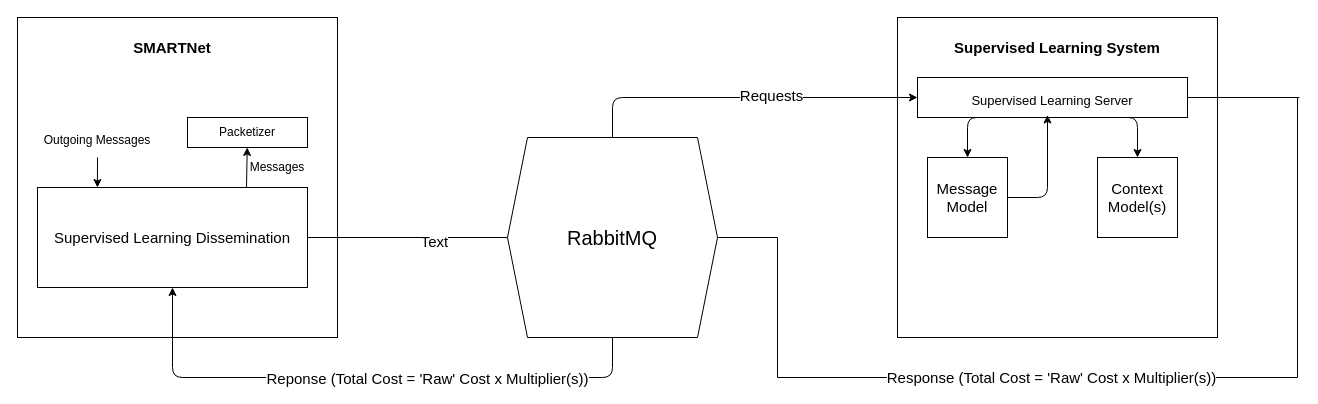
rohitrajgopalan/mlm keeps this draw.io diagram as Untitled Diagram.drawio. Above is the earlier version. Source tidied: cells renumbered, new cells numbered last; positions are measured from the earlier drawing's top-left corner, leaving out a move shared by most shapes. Both pictures are drawn from the tidied source at 100%, with x=0, y=0 at pixel (17, 17).
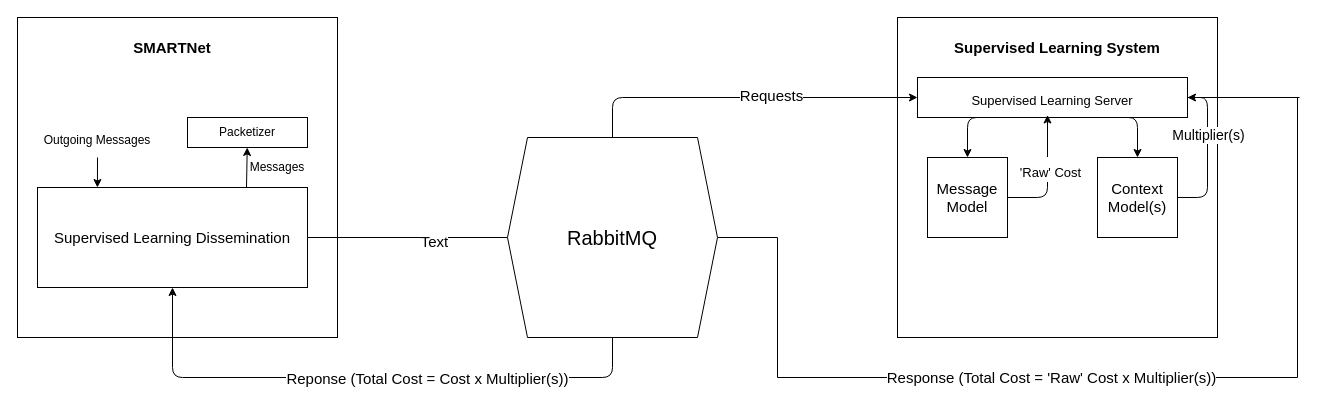
After the change.

The change refers to these unchanged cells:
```xml
<mxCell id="15" value="&lt;font style=&quot;font-size: 13px&quot;&gt;Supervised Learning Server&lt;/font&gt;" style="rounded=0;whiteSpace=wrap;html=1;fontSize=20;" parent="1" vertex="1">
  <mxGeometry x="900" y="60" width="270" height="40" as="geometry" />
</mxCell>
<mxCell id="24" style="edgeStyle=elbowEdgeStyle;elbow=vertical;endArrow=classic;html=1;fontSize=15;exitX=0.5;exitY=1;exitDx=0;exitDy=0;entryX=0.5;entryY=1;entryDx=0;entryDy=0;" parent="1" edge="1" source="10" target="4">
  <mxGeometry relative="1" as="geometry">
    <Array as="points">
      <mxPoint x="360" y="360" />
    </Array>
  </mxGeometry>
</mxCell>
<mxCell id="30" style="edgeStyle=segmentEdgeStyle;endArrow=classic;html=1;fontSize=21;exitX=1;exitY=0.5;exitDx=0;exitDy=0;" parent="1" edge="1" source="26">
  <mxGeometry relative="1" as="geometry">
    <mxPoint x="1030" y="97.5" as="targetPoint" />
    <Array as="points">
      <mxPoint x="1030" y="180" />
    </Array>
  </mxGeometry>
</mxCell>
```

Diff of the diagram source:
```diff
@@
-    <mxCell id="25" value="Reponse (Total Cost = 'Raw' Cost x Multiplier(s))" style="edgeLabel;html=1;align=center;verticalAlign=middle;fontSize=15;" parent="24" vertex="1">
+    <mxCell id="25" value="Reponse (Total Cost = Cost x Multiplier(s))" style="edgeLabel;html=1;align=center;verticalAlign=middle;fontSize=15;" parent="24" vertex="1">
       <mxGeometry x="-0.15" relative="1" as="geometry">
         <mxPoint x="16" as="offset" />
       </mxGeometry>
     </mxCell>
@@
+    <mxCell id="31" value="&lt;font style=&quot;font-size: 13px&quot;&gt;'Raw' Cost&lt;/font&gt;" style="edgeLabel;html=1;align=center;verticalAlign=middle;fontSize=21;" parent="30" vertex="1">
+      <mxGeometry x="0.13" y="-2" relative="1" as="geometry" />
+    </mxCell>
+    <mxCell id="32" style="edgeStyle=segmentEdgeStyle;endArrow=classic;html=1;fontSize=10;entryX=1;entryY=0.5;entryDx=0;entryDy=0;" parent="1" edge="1" target="15">
+      <mxGeometry relative="1" as="geometry">
+        <mxPoint x="1160" y="180" as="sourcePoint" />
+        <Array as="points">
+          <mxPoint x="1190" y="180" />
+          <mxPoint x="1190" y="80" />
+        </Array>
+      </mxGeometry>
+    </mxCell>
+    <mxCell id="33" value="&lt;font style=&quot;font-size: 14px&quot;&gt;Multiplier(s)&lt;/font&gt;" style="edgeLabel;html=1;align=center;verticalAlign=middle;fontSize=10;" parent="32" vertex="1">
+      <mxGeometry x="0.24" relative="1" as="geometry" />
+    </mxCell>
```
